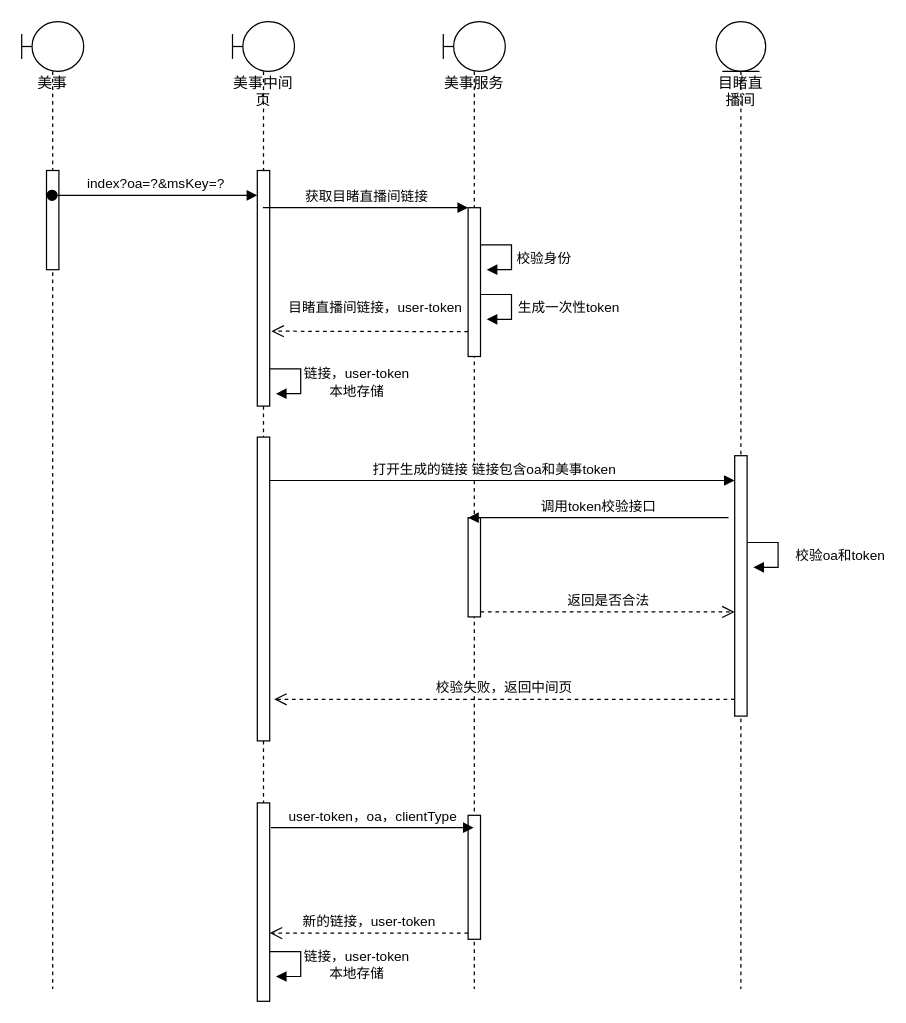
This is page "Page-4" (4 of 4) of anquan.drawio from nullbull/uml, a draw.io file, before an edit. Source tidied: cells renumbered, new cells numbered last; positions are measured from the earlier drawing's top-left corner, leaving out a move shared by most shapes. Both pictures are drawn from the tidied source at 124%, with x=0, y=0 at pixel (21, 21).
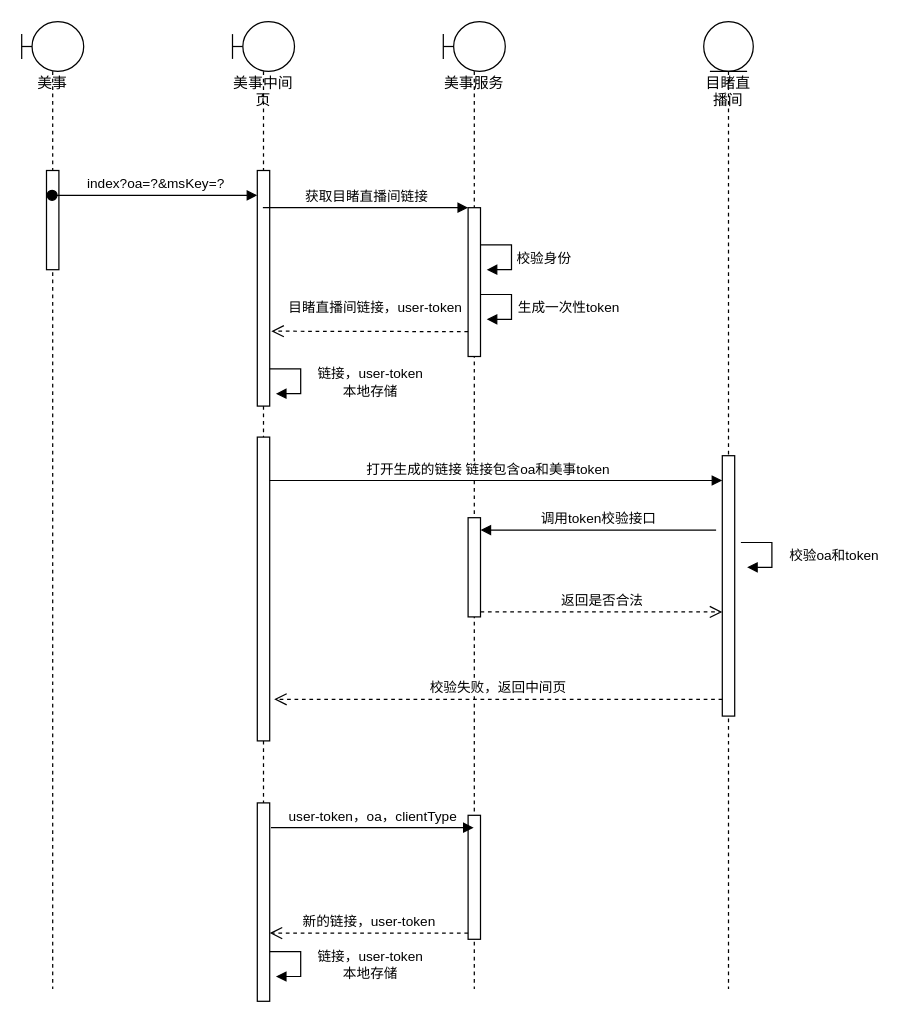
The same page after the edit.

Unchanged cells that the change refers to:
```xml
<mxCell id="11" style="html=1;points=[];perimeter=orthogonalPerimeter;" parent="9" vertex="1">
  <mxGeometry x="20" y="400" width="10" height="80" as="geometry" />
</mxCell>
<mxCell id="28" style="edgeStyle=orthogonalEdgeStyle;html=1;align=left;spacingLeft=2;endArrow=block;rounded=0;entryX=1;entryY=0;" parent="1" edge="1">
  <mxGeometry relative="1" as="geometry">
    <mxPoint x="200" y="280" as="sourcePoint" />
    <mxPoint x="205" y="300" as="targetPoint" />
    <Array as="points">
      <mxPoint x="225" y="280" />
      <mxPoint x="225" y="300" />
    </Array>
  </mxGeometry>
</mxCell>
<mxCell id="31" style="edgeStyle=orthogonalEdgeStyle;html=1;align=left;spacingLeft=2;endArrow=block;rounded=0;entryX=1;entryY=0;" parent="1" edge="1">
  <mxGeometry relative="1" as="geometry">
    <mxPoint x="200" y="750" as="sourcePoint" />
    <mxPoint x="205" y="770" as="targetPoint" />
    <Array as="points">
      <mxPoint x="225" y="750" />
      <mxPoint x="225" y="770" />
    </Array>
  </mxGeometry>
</mxCell>
```

Diff of the diagram source:
```diff
@@
     <mxCell id="13" value="&lt;span&gt;目睹直播间&lt;/span&gt;" style="shape=umlLifeline;participant=umlEntity;perimeter=lifelinePerimeter;whiteSpace=wrap;html=1;verticalAlign=top;spacingTop=36;" parent="1" vertex="1">
-      <mxGeometry x="560" width="40" height="780" as="geometry" />
+      <mxGeometry x="550" width="40" height="780" as="geometry" />
     </mxCell>
@@
-    <mxCell id="21" value="调用token校验接口" style="html=1;verticalAlign=bottom;endArrow=block;entryX=0;entryY=0;" parent="1" edge="1" target="11">
+    <mxCell id="21" value="调用token校验接口" style="html=1;verticalAlign=bottom;endArrow=block;" parent="1" edge="1">
       <mxGeometry relative="1" as="geometry">
-        <mxPoint x="570" y="400" as="sourcePoint" />
+        <mxPoint x="560" y="410" as="sourcePoint" />
+        <mxPoint x="370" y="410" as="targetPoint" />
       </mxGeometry>
     </mxCell>
@@
     <mxCell id="26" style="edgeStyle=orthogonalEdgeStyle;html=1;align=left;spacingLeft=2;endArrow=block;rounded=0;entryX=1;entryY=0;" parent="1" edge="1">
       <mxGeometry relative="1" as="geometry">
-        <mxPoint x="585" y="420" as="sourcePoint" />
-        <mxPoint x="590" y="440" as="targetPoint" />
+        <mxPoint x="580" y="420" as="sourcePoint" />
+        <mxPoint x="585" y="440" as="targetPoint" />
         <Array as="points">
-          <mxPoint x="610" y="420" />
-          <mxPoint x="610" y="440" />
+          <mxPoint x="605" y="420" />
+          <mxPoint x="605" y="440" />
         </Array>
       </mxGeometry>
     </mxCell>
@@
     <mxCell id="29" value="链接，user-token&lt;br&gt;本地存储" style="edgeLabel;html=1;align=center;verticalAlign=middle;" parent="28" vertex="1">
       <mxGeometry x="-0.33" y="4" relative="1" as="geometry">
-        <mxPoint x="47.9" y="14" as="offset" />
+        <mxPoint x="58" y="14" as="offset" />
       </mxGeometry>
     </mxCell>
@@
     <mxCell id="32" value="链接，user-token&lt;br&gt;本地存储" style="edgeLabel;html=1;align=center;verticalAlign=middle;" parent="31" vertex="1">
       <mxGeometry x="-0.33" y="4" relative="1" as="geometry">
-        <mxPoint x="47.9" y="14" as="offset" />
+        <mxPoint x="58" y="14" as="offset" />
       </mxGeometry>
     </mxCell>
```
